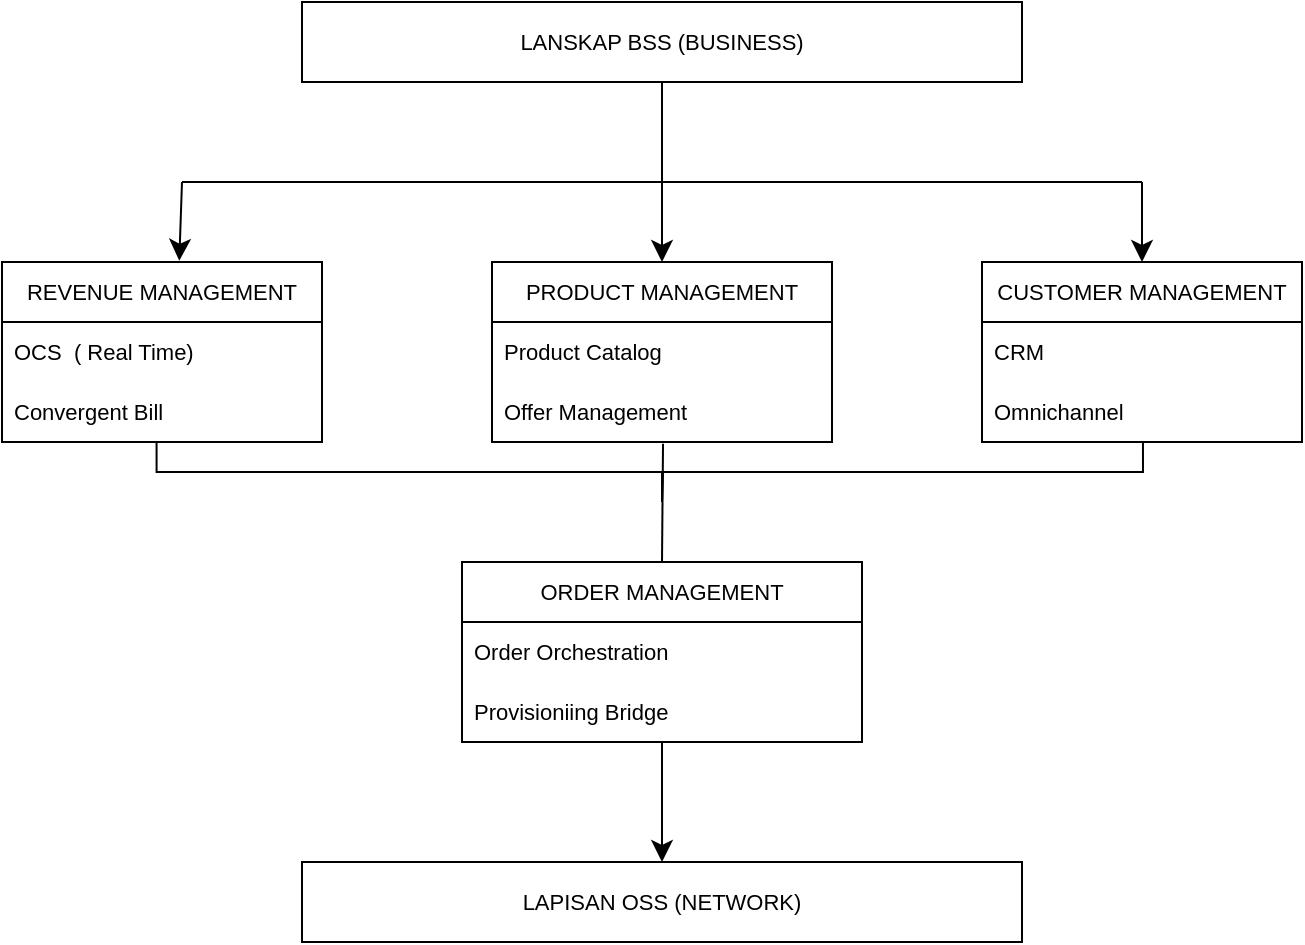
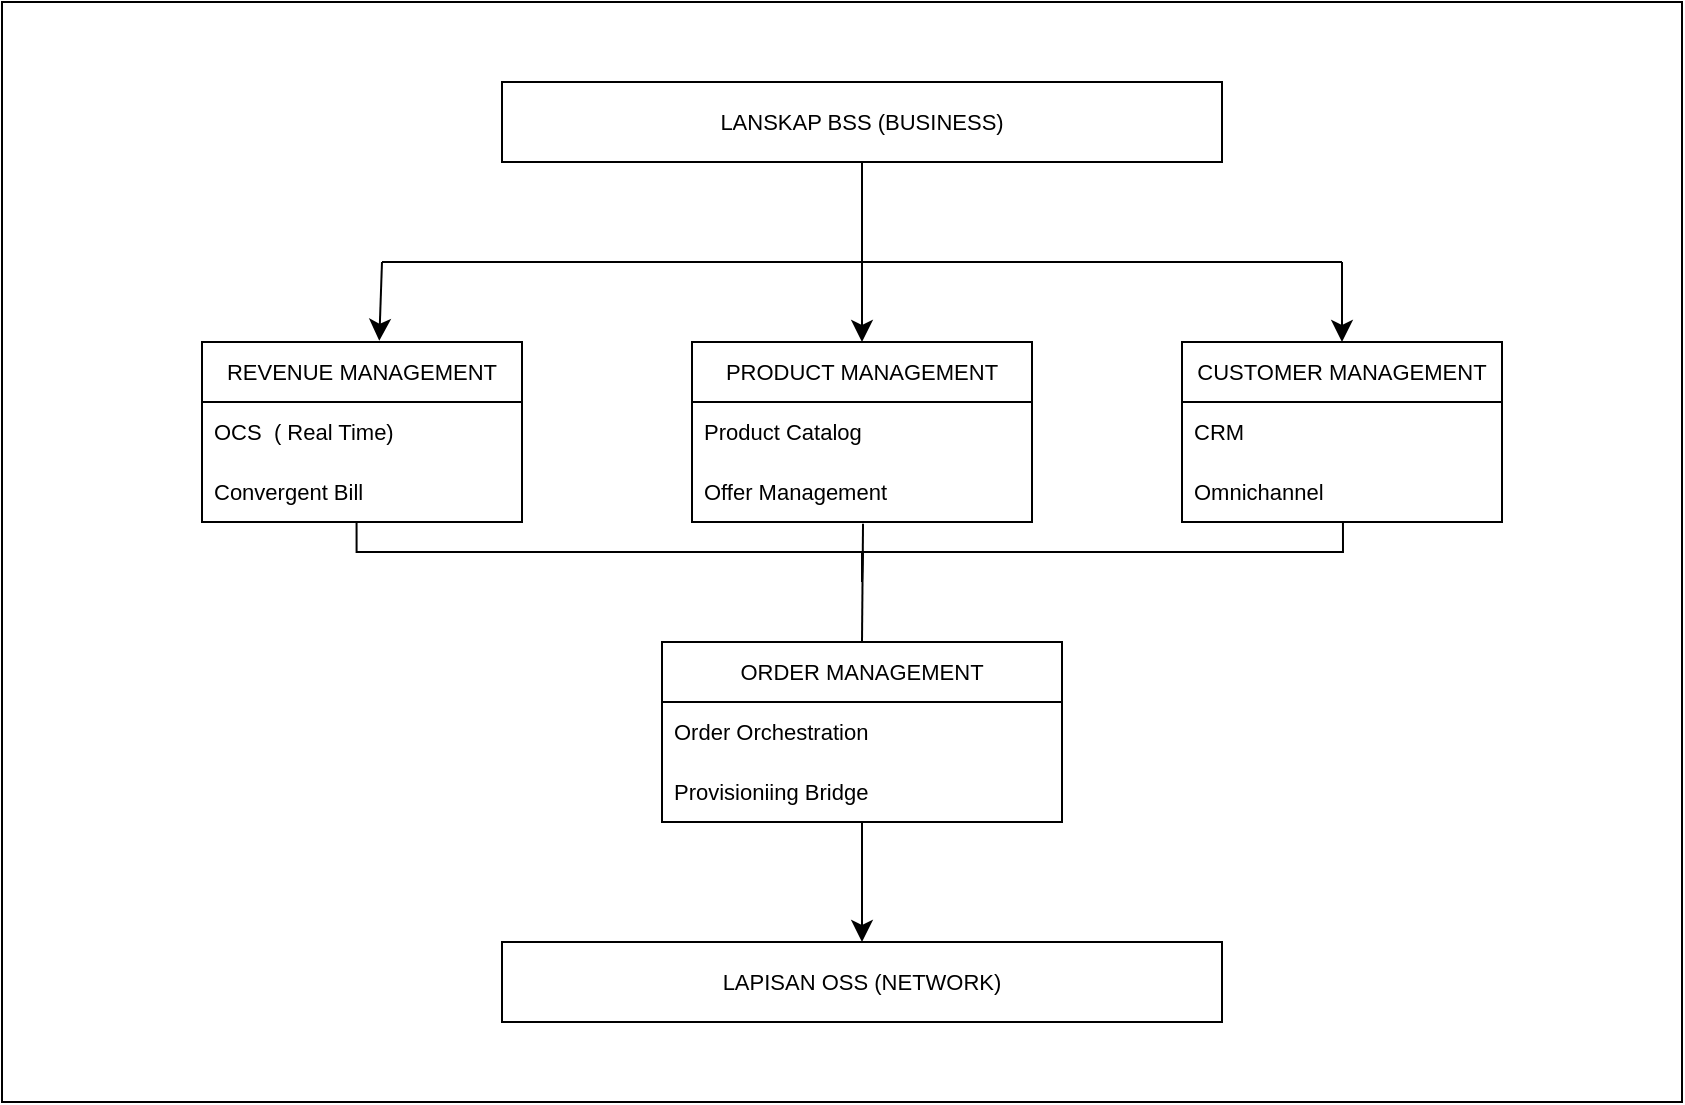
<mxfile host="app.diagrams.net" agent="Mozilla/5.0 (Windows NT 10.0; Win64; x64) AppleWebKit/537.36 (KHTML, like Gecko) Chrome/149.0.0.0 Safari/537.36">
  <diagram name="Page-1" id="0_e3THI2p9tdxF6Z5WPS">
-     <mxGraphModel dx="1144" dy="682" grid="1" gridSize="10" guides="1" tooltips="1" connect="1" arrows="1" fold="1" page="1" pageScale="1" pageWidth="850" pageHeight="1100" math="0" shadow="0">
+     <mxGraphModel dx="1717" dy="1023" grid="1" gridSize="10" guides="1" tooltips="1" connect="1" arrows="1" fold="1" page="1" pageScale="1" pageWidth="850" pageHeight="1100" math="0" shadow="0">
      <root>
        <mxCell id="0" />
        <mxCell id="1" parent="0" />
        <mxCell id="_kBK222BHTMV3DcVxFPu-1" parent="1" style="rounded=0;whiteSpace=wrap;html=1;fontSize=11;" value="LANSKAP BSS (BUSINESS)" vertex="1">
          <mxGeometry height="40" width="360" x="340" y="230" as="geometry" />
        </mxCell>
        <mxCell id="_kBK222BHTMV3DcVxFPu-3" parent="1" style="swimlane;fontStyle=0;childLayout=stackLayout;horizontal=1;startSize=30;horizontalStack=0;resizeParent=1;resizeParentMax=0;resizeLast=0;collapsible=1;marginBottom=0;whiteSpace=wrap;html=1;fontSize=11;" value="&lt;font&gt;REVENUE MANAGEMENT&lt;/font&gt;" vertex="1">
          <mxGeometry height="90" width="160" x="190" y="360" as="geometry" />
        </mxCell>
        <mxCell id="_kBK222BHTMV3DcVxFPu-4" parent="_kBK222BHTMV3DcVxFPu-3" style="text;strokeColor=none;fillColor=none;align=left;verticalAlign=middle;spacingLeft=4;spacingRight=4;overflow=hidden;points=[[0,0.5],[1,0.5]];portConstraint=eastwest;rotatable=0;whiteSpace=wrap;html=1;fontSize=11;" value="OCS&amp;nbsp; ( Real Time)" vertex="1">
          <mxGeometry height="30" width="160" y="30" as="geometry" />
        </mxCell>
        <mxCell id="_kBK222BHTMV3DcVxFPu-5" parent="_kBK222BHTMV3DcVxFPu-3" style="text;strokeColor=none;fillColor=none;align=left;verticalAlign=middle;spacingLeft=4;spacingRight=4;overflow=hidden;points=[[0,0.5],[1,0.5]];portConstraint=eastwest;rotatable=0;whiteSpace=wrap;html=1;fontSize=11;" value="Convergent Bill" vertex="1">
          <mxGeometry height="30" width="160" y="60" as="geometry" />
        </mxCell>
        <mxCell id="_kBK222BHTMV3DcVxFPu-15" parent="1" style="swimlane;fontStyle=0;childLayout=stackLayout;horizontal=1;startSize=30;horizontalStack=0;resizeParent=1;resizeParentMax=0;resizeLast=0;collapsible=1;marginBottom=0;whiteSpace=wrap;html=1;fontSize=11;" value="CUSTOMER MANAGEMENT" vertex="1">
          <mxGeometry height="90" width="160" x="680" y="360" as="geometry" />
        </mxCell>
        <mxCell id="_kBK222BHTMV3DcVxFPu-16" parent="_kBK222BHTMV3DcVxFPu-15" style="text;strokeColor=none;fillColor=none;align=left;verticalAlign=middle;spacingLeft=4;spacingRight=4;overflow=hidden;points=[[0,0.5],[1,0.5]];portConstraint=eastwest;rotatable=0;whiteSpace=wrap;html=1;fontSize=11;" value="CRM" vertex="1">
          <mxGeometry height="30" width="160" y="30" as="geometry" />
        </mxCell>
        <mxCell id="_kBK222BHTMV3DcVxFPu-17" parent="_kBK222BHTMV3DcVxFPu-15" style="text;strokeColor=none;fillColor=none;align=left;verticalAlign=middle;spacingLeft=4;spacingRight=4;overflow=hidden;points=[[0,0.5],[1,0.5]];portConstraint=eastwest;rotatable=0;whiteSpace=wrap;html=1;fontSize=11;" value="Omnichannel&amp;nbsp;" vertex="1">
          <mxGeometry height="30" width="160" y="60" as="geometry" />
        </mxCell>
        <mxCell id="_kBK222BHTMV3DcVxFPu-19" parent="1" style="swimlane;fontStyle=0;childLayout=stackLayout;horizontal=1;startSize=30;horizontalStack=0;resizeParent=1;resizeParentMax=0;resizeLast=0;collapsible=1;marginBottom=0;whiteSpace=wrap;html=1;fontSize=11;" value="PRODUCT MANAGEMENT" vertex="1">
          <mxGeometry height="90" width="170" x="435" y="360" as="geometry" />
        </mxCell>
        <mxCell id="_kBK222BHTMV3DcVxFPu-20" parent="_kBK222BHTMV3DcVxFPu-19" style="text;strokeColor=none;fillColor=none;align=left;verticalAlign=middle;spacingLeft=4;spacingRight=4;overflow=hidden;points=[[0,0.5],[1,0.5]];portConstraint=eastwest;rotatable=0;whiteSpace=wrap;html=1;fontSize=11;" value="Product Catalog" vertex="1">
          <mxGeometry height="30" width="170" y="30" as="geometry" />
        </mxCell>
        <mxCell id="_kBK222BHTMV3DcVxFPu-21" parent="_kBK222BHTMV3DcVxFPu-19" style="text;strokeColor=none;fillColor=none;align=left;verticalAlign=middle;spacingLeft=4;spacingRight=4;overflow=hidden;points=[[0,0.5],[1,0.5]];portConstraint=eastwest;rotatable=0;whiteSpace=wrap;html=1;fontSize=11;" value="Offer Management" vertex="1">
          <mxGeometry height="30" width="170" y="60" as="geometry" />
        </mxCell>
        <mxCell id="_kBK222BHTMV3DcVxFPu-23" parent="1" style="swimlane;fontStyle=0;childLayout=stackLayout;horizontal=1;startSize=30;horizontalStack=0;resizeParent=1;resizeParentMax=0;resizeLast=0;collapsible=1;marginBottom=0;whiteSpace=wrap;html=1;fontSize=11;" value="ORDER MANAGEMENT" vertex="1">
          <mxGeometry height="90" width="200" x="420" y="510" as="geometry" />
        </mxCell>
        <mxCell id="_kBK222BHTMV3DcVxFPu-24" parent="_kBK222BHTMV3DcVxFPu-23" style="text;strokeColor=none;fillColor=none;align=left;verticalAlign=middle;spacingLeft=4;spacingRight=4;overflow=hidden;points=[[0,0.5],[1,0.5]];portConstraint=eastwest;rotatable=0;whiteSpace=wrap;html=1;fontSize=11;" value="Order Orchestration" vertex="1">
          <mxGeometry height="30" width="200" y="30" as="geometry" />
        </mxCell>
        <mxCell id="_kBK222BHTMV3DcVxFPu-25" parent="_kBK222BHTMV3DcVxFPu-23" style="text;strokeColor=none;fillColor=none;align=left;verticalAlign=middle;spacingLeft=4;spacingRight=4;overflow=hidden;points=[[0,0.5],[1,0.5]];portConstraint=eastwest;rotatable=0;whiteSpace=wrap;html=1;fontSize=11;" value="Provisioniing Bridge" vertex="1">
          <mxGeometry height="30" width="200" y="60" as="geometry" />
        </mxCell>
        <mxCell id="_kBK222BHTMV3DcVxFPu-27" parent="1" style="rounded=0;whiteSpace=wrap;html=1;fontSize=11;" value="LAPISAN OSS (NETWORK)" vertex="1">
          <mxGeometry height="40" width="360" x="340" y="660" as="geometry" />
        </mxCell>
        <mxCell id="_kBK222BHTMV3DcVxFPu-29" edge="1" parent="1" source="_kBK222BHTMV3DcVxFPu-1" style="endArrow=none;html=1;rounded=0;fontSize=12;startSize=8;endSize=8;curved=1;exitX=0.5;exitY=1;exitDx=0;exitDy=0;" value="">
          <mxGeometry height="50" relative="1" width="50" as="geometry">
            <mxPoint x="530" y="460" as="sourcePoint" />
            <mxPoint x="520" y="320" as="targetPoint" />
          </mxGeometry>
        </mxCell>
        <mxCell id="_kBK222BHTMV3DcVxFPu-30" edge="1" parent="1" style="endArrow=none;html=1;rounded=0;fontSize=12;startSize=8;endSize=8;curved=1;" value="">
          <mxGeometry height="50" relative="1" width="50" as="geometry">
            <mxPoint x="280" y="320" as="sourcePoint" />
            <mxPoint x="760" y="320" as="targetPoint" />
          </mxGeometry>
        </mxCell>
        <mxCell id="_kBK222BHTMV3DcVxFPu-31" edge="1" parent="1" style="endArrow=classic;html=1;rounded=0;fontSize=12;startSize=8;endSize=8;curved=1;" value="">
          <mxGeometry height="50" relative="1" width="50" as="geometry">
            <mxPoint x="520" y="320" as="sourcePoint" />
            <mxPoint x="520" y="360" as="targetPoint" />
          </mxGeometry>
        </mxCell>
        <mxCell id="_kBK222BHTMV3DcVxFPu-32" edge="1" parent="1" style="endArrow=classic;html=1;rounded=0;fontSize=12;startSize=8;endSize=8;curved=1;" target="_kBK222BHTMV3DcVxFPu-15" value="">
          <mxGeometry height="50" relative="1" width="50" as="geometry">
            <mxPoint x="760" y="320" as="sourcePoint" />
            <mxPoint x="580" y="410" as="targetPoint" />
          </mxGeometry>
        </mxCell>
        <mxCell id="_kBK222BHTMV3DcVxFPu-33" edge="1" parent="1" style="endArrow=classic;html=1;rounded=0;fontSize=12;startSize=8;endSize=8;curved=1;entryX=0.554;entryY=-0.007;entryDx=0;entryDy=0;entryPerimeter=0;" target="_kBK222BHTMV3DcVxFPu-3" value="">
          <mxGeometry height="50" relative="1" width="50" as="geometry">
            <mxPoint x="280" y="320" as="sourcePoint" />
            <mxPoint x="580" y="410" as="targetPoint" />
          </mxGeometry>
        </mxCell>
        <mxCell id="_kBK222BHTMV3DcVxFPu-34" edge="1" parent="1" source="_kBK222BHTMV3DcVxFPu-5" style="endArrow=none;html=1;rounded=0;fontSize=12;startSize=8;endSize=8;exitX=0.483;exitY=0.988;exitDx=0;exitDy=0;exitPerimeter=0;edgeStyle=orthogonalEdgeStyle;" value="">
          <mxGeometry height="50" relative="1" width="50" as="geometry">
            <Array as="points">
              <mxPoint x="267" y="465" />
              <mxPoint x="520" y="465" />
            </Array>
            <mxPoint x="530" y="520" as="sourcePoint" />
            <mxPoint x="520" y="480" as="targetPoint" />
          </mxGeometry>
        </mxCell>
        <mxCell id="_kBK222BHTMV3DcVxFPu-35" edge="1" parent="1" style="endArrow=none;html=1;rounded=0;fontSize=12;startSize=8;endSize=8;entryX=0.503;entryY=1.011;entryDx=0;entryDy=0;entryPerimeter=0;edgeStyle=orthogonalEdgeStyle;" target="_kBK222BHTMV3DcVxFPu-17" value="">
          <mxGeometry height="50" relative="1" width="50" as="geometry">
            <mxPoint x="520" y="480" as="sourcePoint" />
            <mxPoint x="580" y="470" as="targetPoint" />
          </mxGeometry>
        </mxCell>
        <mxCell id="_kBK222BHTMV3DcVxFPu-36" edge="1" parent="1" source="_kBK222BHTMV3DcVxFPu-21" style="endArrow=none;html=1;rounded=0;fontSize=12;startSize=8;endSize=8;curved=1;exitX=0.503;exitY=1.031;exitDx=0;exitDy=0;exitPerimeter=0;entryX=0.5;entryY=0;entryDx=0;entryDy=0;" target="_kBK222BHTMV3DcVxFPu-23" value="">
          <mxGeometry height="50" relative="1" width="50" as="geometry">
            <mxPoint x="520" y="530" as="sourcePoint" />
            <mxPoint x="570" y="480" as="targetPoint" />
          </mxGeometry>
        </mxCell>
        <mxCell id="_kBK222BHTMV3DcVxFPu-37" edge="1" parent="1" source="_kBK222BHTMV3DcVxFPu-25" style="endArrow=classic;html=1;rounded=0;fontSize=12;startSize=8;endSize=8;curved=1;exitX=0.5;exitY=1.009;exitDx=0;exitDy=0;exitPerimeter=0;entryX=0.5;entryY=0;entryDx=0;entryDy=0;" target="_kBK222BHTMV3DcVxFPu-27" value="">
          <mxGeometry height="50" relative="1" width="50" as="geometry">
            <mxPoint x="520" y="590" as="sourcePoint" />
            <mxPoint x="570" y="540" as="targetPoint" />
          </mxGeometry>
        </mxCell>
+         <mxCell id="4QPr3Ry5mCrsKhheQkxv-1" parent="1" style="rounded=0;whiteSpace=wrap;html=1;labelBackgroundColor=none;fillColor=none;" value="" vertex="1">
+           <mxGeometry height="550" width="840" x="90" y="190" as="geometry" />
+         </mxCell>
      </root>
    </mxGraphModel>
  </diagram>
</mxfile>
